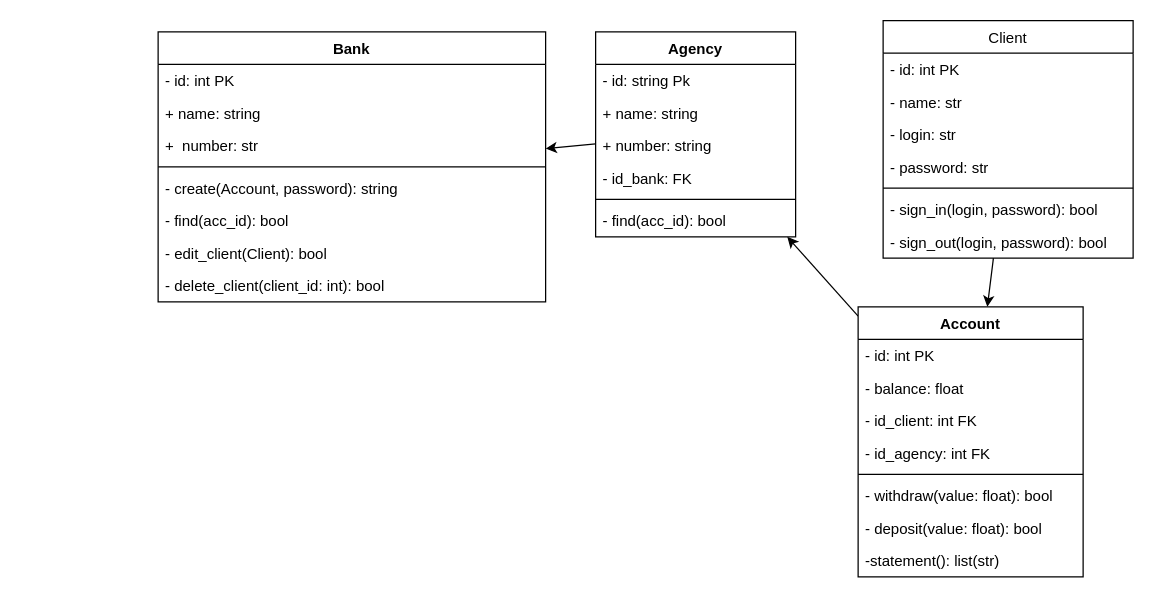
Above: docs/class_diagram.drawio in mauriciobenjamin700/Banco-Python-Dio (draw.io), before the change. Source tidied: cells renumbered, new cells numbered last; positions are measured from the earlier drawing's top-left corner, leaving out a move shared by most shapes. Both pictures are drawn from the tidied source at 125%, with x=0, y=0 at pixel (158, 20).
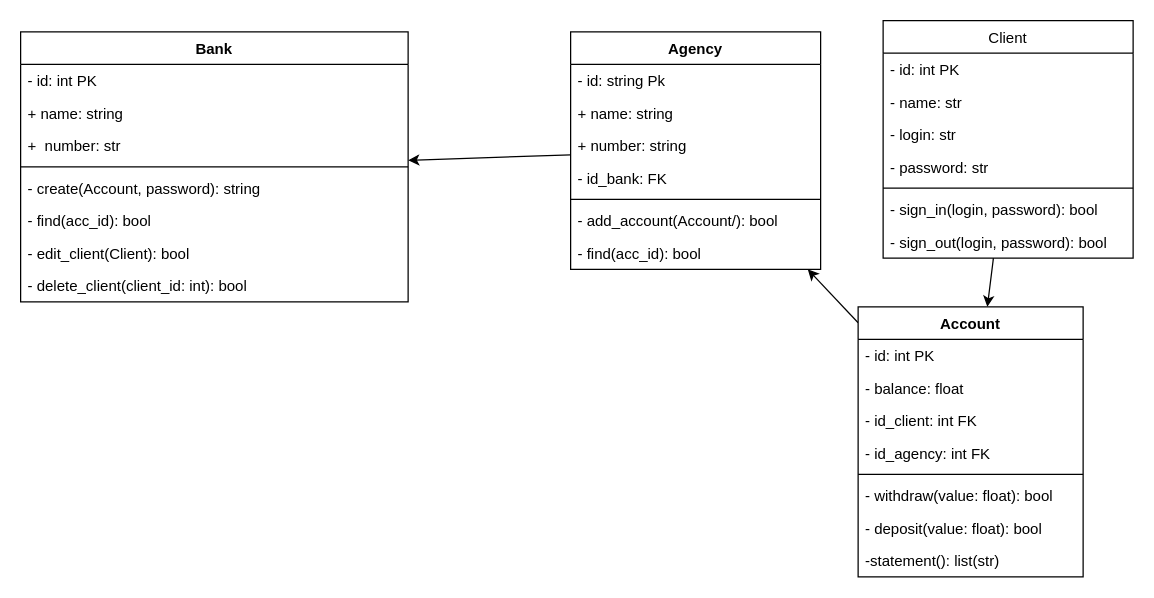
The same diagram, later.

Diff of the diagram source:
```diff
@@
     <mxCell id="21" value="Bank" style="swimlane;fontStyle=1;align=center;verticalAlign=top;horizontal=1;startSize=26;" parent="1" vertex="1">
-      <mxGeometry y="9" width="310" height="216" as="geometry" />
+      <mxGeometry x="-110" y="9" width="310" height="216" as="geometry" />
     </mxCell>
@@
     <mxCell id="31" value="Agency" style="swimlane;fontStyle=1;align=center;verticalAlign=top;horizontal=1;startSize=26;" parent="1" vertex="1">
-      <mxGeometry x="350" y="9" width="160" height="164" as="geometry" />
+      <mxGeometry x="330" y="9" width="200" height="190" as="geometry" />
     </mxCell>
     <mxCell id="32" value="- id: string Pk" style="text;strokeColor=none;fillColor=none;align=left;verticalAlign=top;spacingLeft=4;spacingRight=4;overflow=hidden;" parent="31" vertex="1">
-      <mxGeometry y="26" width="160" height="26" as="geometry" />
+      <mxGeometry y="26" width="200" height="26" as="geometry" />
     </mxCell>
     <mxCell id="33" value="+ name: string" style="text;strokeColor=none;fillColor=none;align=left;verticalAlign=top;spacingLeft=4;spacingRight=4;overflow=hidden;" parent="31" vertex="1">
-      <mxGeometry y="52" width="160" height="26" as="geometry" />
+      <mxGeometry y="52" width="200" height="26" as="geometry" />
     </mxCell>
     <mxCell id="34" value="+ number: string" style="text;strokeColor=none;fillColor=none;align=left;verticalAlign=top;spacingLeft=4;spacingRight=4;overflow=hidden;" parent="31" vertex="1">
-      <mxGeometry y="78" width="160" height="26" as="geometry" />
+      <mxGeometry y="78" width="200" height="26" as="geometry" />
     </mxCell>
     <mxCell id="35" value="- id_bank: FK" style="text;strokeColor=none;fillColor=none;align=left;verticalAlign=top;spacingLeft=4;spacingRight=4;overflow=hidden;" parent="31" vertex="1">
-      <mxGeometry y="104" width="160" height="26" as="geometry" />
+      <mxGeometry y="104" width="200" height="26" as="geometry" />
     </mxCell>
     <mxCell id="36" style="line;strokeWidth=1;fillColor=none;align=left;verticalAlign=middle;spacingTop=-1;spacingLeft=3;spacingRight=3;labelPosition=right;strokeColor=inherit;" parent="31" vertex="1">
-      <mxGeometry y="130" width="160" height="8" as="geometry" />
+      <mxGeometry y="130" width="200" height="8" as="geometry" />
     </mxCell>
+    <mxCell id="38" value="- add_account(Account/): bool" style="text;strokeColor=none;fillColor=none;align=left;verticalAlign=top;spacingLeft=4;spacingRight=4;overflow=hidden;" parent="31" vertex="1">
+      <mxGeometry y="138" width="200" height="26" as="geometry" />
+    </mxCell>
     <mxCell id="37" value="- find(acc_id): bool" style="text;strokeColor=none;fillColor=none;align=left;verticalAlign=top;spacingLeft=4;spacingRight=4;overflow=hidden;" parent="31" vertex="1">
-      <mxGeometry y="138" width="160" height="26" as="geometry" />
+      <mxGeometry y="164" width="200" height="26" as="geometry" />
     </mxCell>
```
